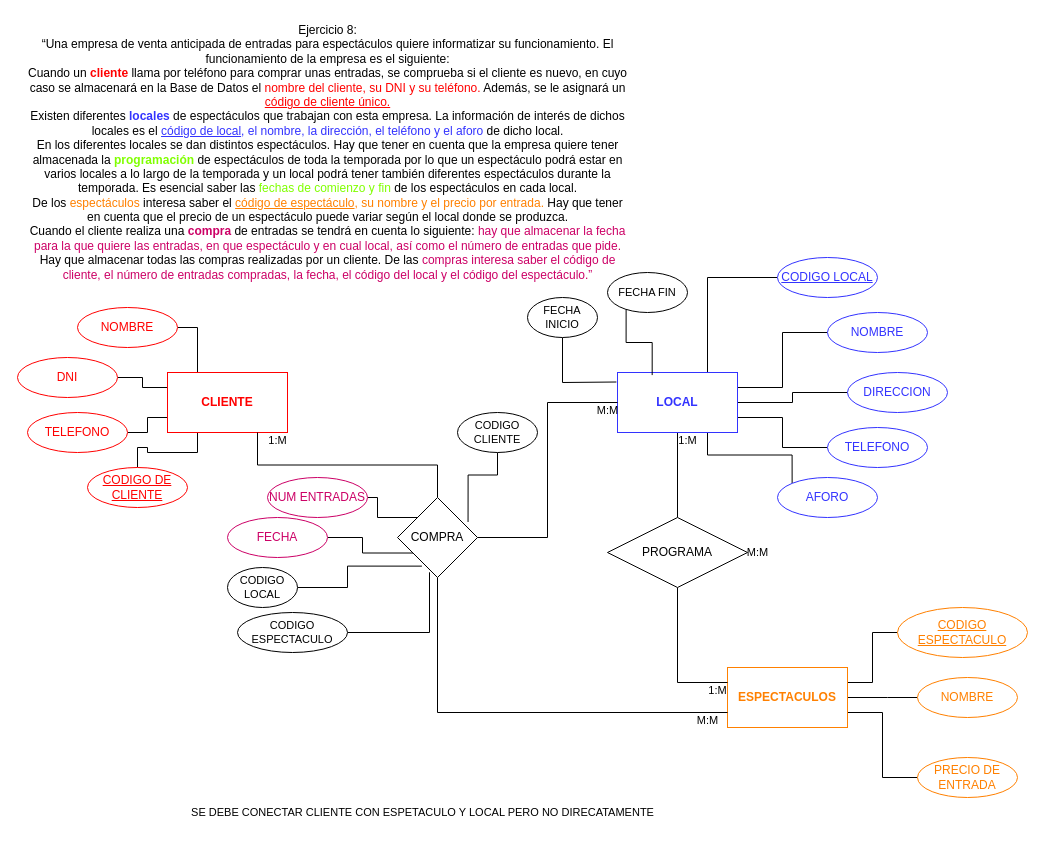
Cris25nkl/DIAGRAMS_BD keeps this draw.io diagram as page "Página-4" (4 of 5) of Diagrama sin título.drawio. Above is the earlier version. Source tidied: cells renumbered, new cells numbered last; positions are measured from the earlier drawing's top-left corner, leaving out a move shared by most shapes. Both pictures are drawn from the tidied source at 100%, with x=0, y=0 at pixel (17, 17).
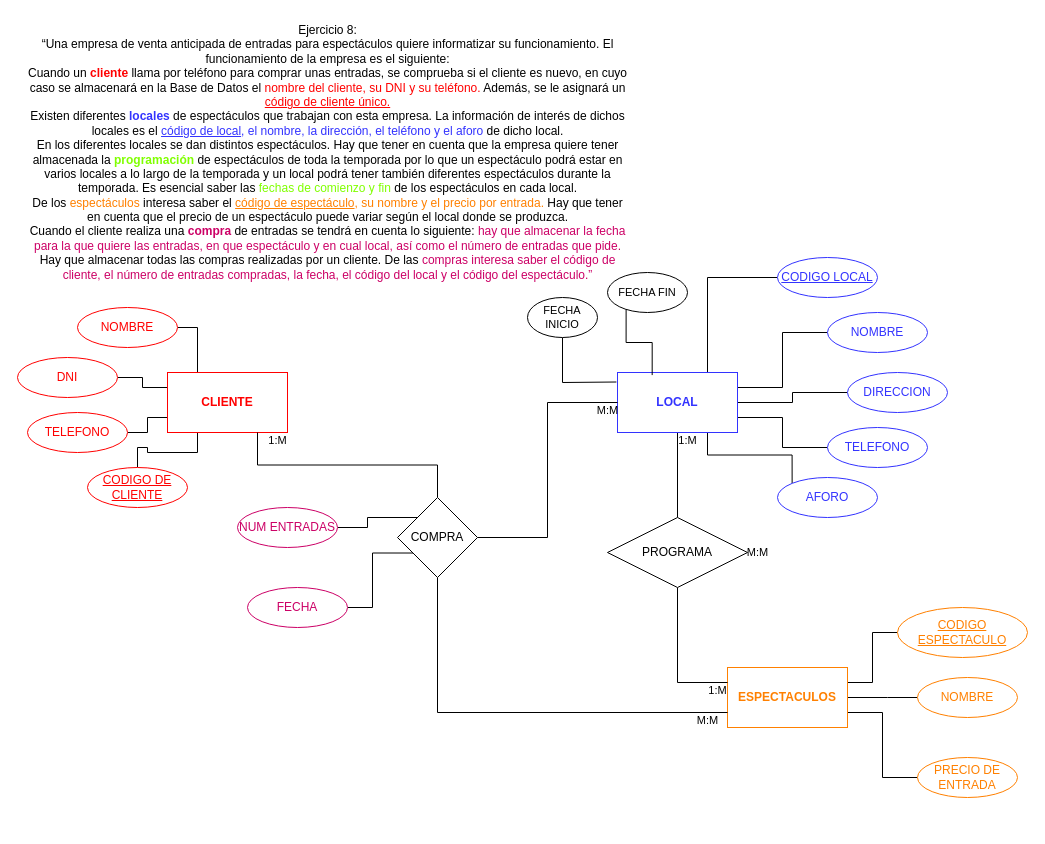
The same diagram, later.

Unchanged cells that the change refers to:
```xml
<mxCell id="39" value="COMPRA" style="rhombus;whiteSpace=wrap;html=1;" parent="1" vertex="1">
  <mxGeometry x="380" y="480" width="80" height="80" as="geometry" />
</mxCell>
```

Diff of the diagram source:
```diff
@@
     <mxCell id="33" value="NUM ENTRADAS" style="ellipse;whiteSpace=wrap;html=1;align=center;fontColor=#CC0066;strokeColor=#CC0066;" parent="1" vertex="1">
-      <mxGeometry x="250" y="460" width="100" height="40" as="geometry" />
+      <mxGeometry x="220" y="490" width="100" height="40" as="geometry" />
     </mxCell>
     <mxCell id="34" value="FECHA" style="ellipse;whiteSpace=wrap;html=1;align=center;fontColor=#CC0066;strokeColor=#CC0066;" parent="1" vertex="1">
-      <mxGeometry x="210" y="500" width="100" height="40" as="geometry" />
+      <mxGeometry x="230" y="570" width="100" height="40" as="geometry" />
     </mxCell>
@@
-    <mxCell id="40" value="SE DEBE CONECTAR CLIENTE CON ESPETACULO Y LOCAL PERO NO DIRECATAMENTE&lt;br&gt;" style="text;html=1;align=center;verticalAlign=middle;strokeColor=none;fillColor=none;fontSize=11;fontFamily=Helvetica;fontColor=default;" parent="1" vertex="1">
-      <mxGeometry x="160" y="780" width="490" height="30" as="geometry" />
-    </mxCell>
@@
-    <mxCell id="49" style="edgeStyle=orthogonalEdgeStyle;shape=connector;rounded=0;jettySize=auto;html=1;exitX=1;exitY=0.5;exitDx=0;exitDy=0;entryX=0.305;entryY=0.858;entryDx=0;entryDy=0;entryPerimeter=0;labelBackgroundColor=default;strokeColor=default;fontFamily=Helvetica;fontSize=11;fontColor=default;endArrow=none;endFill=0;" parent="1" edge="1" source="50" target="39">
-      <mxGeometry relative="1" as="geometry" />
-    </mxCell>
-    <mxCell id="50" value="CODIGO LOCAL" style="ellipse;whiteSpace=wrap;html=1;fontFamily=Helvetica;fontSize=11;fontColor=default;" parent="1" vertex="1">
-      <mxGeometry x="210" y="550" width="70" height="40" as="geometry" />
-    </mxCell>
-    <mxCell id="51" style="edgeStyle=orthogonalEdgeStyle;shape=connector;rounded=0;jettySize=auto;html=1;exitX=1;exitY=0.5;exitDx=0;exitDy=0;entryX=0.4;entryY=0.935;entryDx=0;entryDy=0;entryPerimeter=0;labelBackgroundColor=default;strokeColor=default;fontFamily=Helvetica;fontSize=11;fontColor=default;endArrow=none;endFill=0;" parent="1" edge="1" source="52" target="39">
-      <mxGeometry relative="1" as="geometry" />
-    </mxCell>
-    <mxCell id="52" value="CODIGO ESPECTACULO" style="ellipse;whiteSpace=wrap;html=1;fontFamily=Helvetica;fontSize=11;fontColor=default;" parent="1" vertex="1">
-      <mxGeometry x="220" y="595" width="110" height="40" as="geometry" />
-    </mxCell>
-    <mxCell id="53" style="edgeStyle=orthogonalEdgeStyle;shape=connector;rounded=0;jettySize=auto;html=1;entryX=0.882;entryY=0.306;entryDx=0;entryDy=0;entryPerimeter=0;labelBackgroundColor=default;strokeColor=default;fontFamily=Helvetica;fontSize=11;fontColor=default;endArrow=none;endFill=0;" parent="1" edge="1" source="54" target="39">
-      <mxGeometry relative="1" as="geometry" />
-    </mxCell>
-    <mxCell id="54" value="CODIGO CLIENTE" style="ellipse;whiteSpace=wrap;html=1;fontFamily=Helvetica;fontSize=11;fontColor=default;" parent="1" vertex="1">
-      <mxGeometry x="440" y="395" width="80" height="40" as="geometry" />
-    </mxCell>
```
